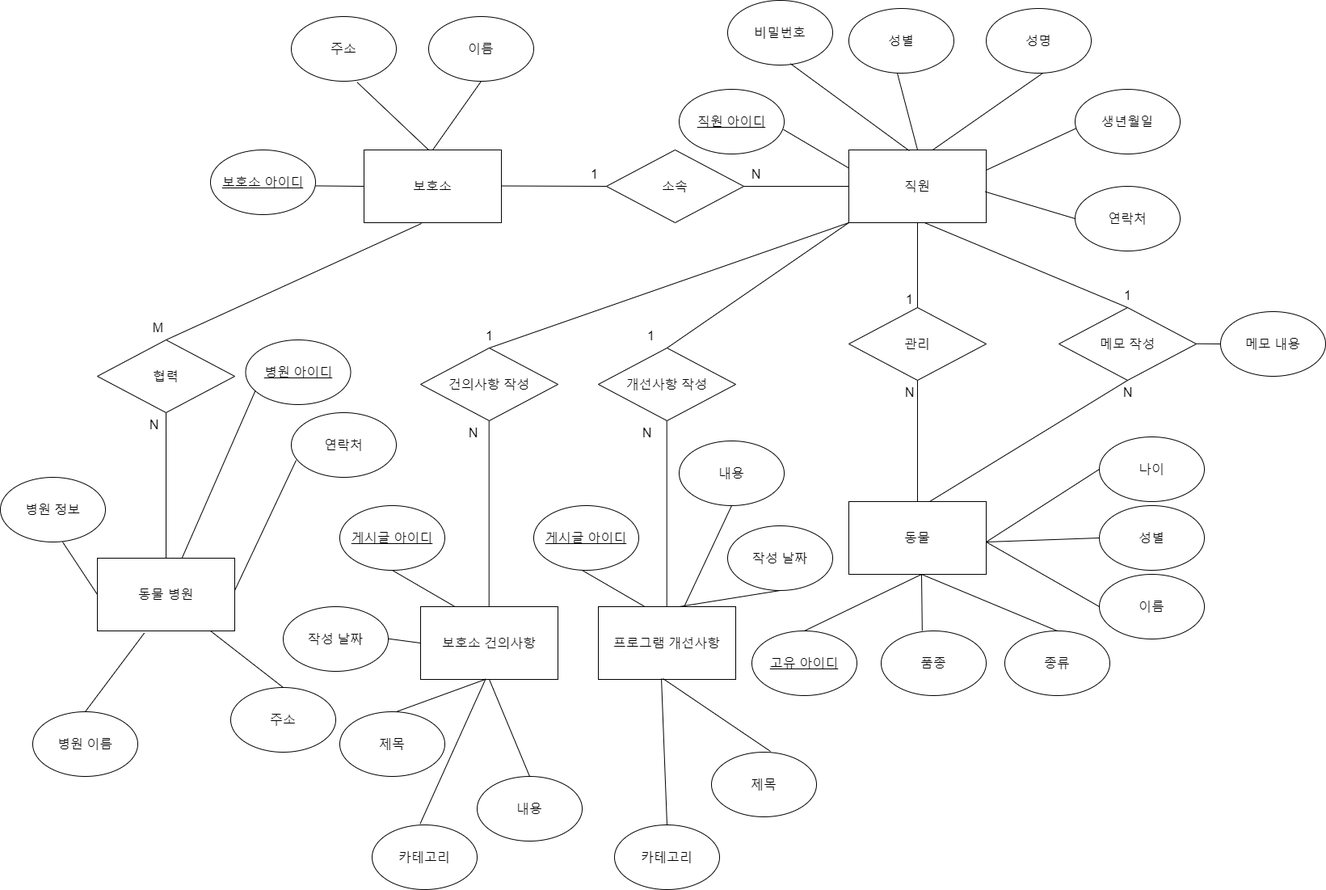
The draw.io diagram Document/ER Diagram/ER Diagram.png in rlarkdals1202/Database-Term-Project, before a commit. Source tidied: cells renumbered, new cells last; positions are measured from the earlier drawing's top-left corner, leaving out a move shared by most shapes.
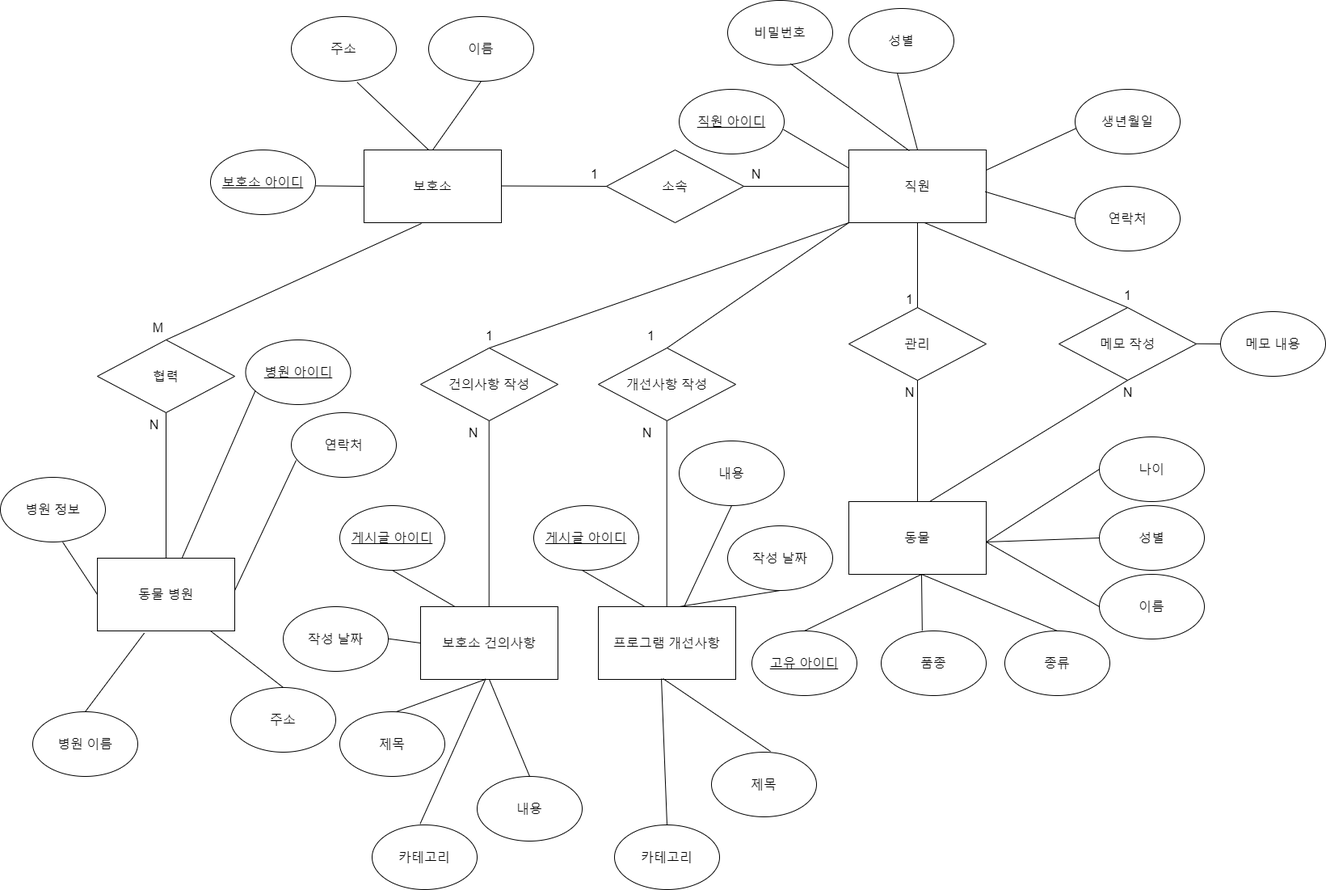
The same file after the commit.

The edit, as a diff of the source:
```diff
@@ -25,9 +25,6 @@
     <mxCell id="7" value="&lt;span style=&quot;font-size: 16px;&quot;&gt;생년월일&lt;/span&gt;" style="ellipse;whiteSpace=wrap;html=1;" parent="1" vertex="1">
       <mxGeometry x="1330" y="110" width="130" height="80" as="geometry" />
     </mxCell>
-    <mxCell id="8" value="&lt;font style=&quot;font-size: 16px;&quot;&gt;성명&lt;/font&gt;" style="ellipse;whiteSpace=wrap;html=1;" parent="1" vertex="1">
-      <mxGeometry x="1220" y="10" width="130" height="80" as="geometry" />
-    </mxCell>
     <mxCell id="9" value="&lt;font style=&quot;font-size: 16px;&quot;&gt;성별&lt;/font&gt;" style="ellipse;whiteSpace=wrap;html=1;" parent="1" vertex="1">
       <mxGeometry x="1050" y="10" width="130" height="80" as="geometry" />
     </mxCell>
@@ -79,11 +76,6 @@
         <mxPoint x="1110" y="90" as="sourcePoint" />
       </mxGeometry>
     </mxCell>
-    <mxCell id="24" style="endArrow=none;html=1;rounded=0;fontSize=16;exitX=0.609;exitY=0.002;exitDx=0;exitDy=0;exitPerimeter=0;" parent="1" edge="1" source="15">
-      <mxGeometry relative="1" as="geometry">
-        <mxPoint x="1290" y="90" as="targetPoint" />
-      </mxGeometry>
-    </mxCell>
     <mxCell id="25" style="endArrow=none;html=1;rounded=0;fontSize=16;entryX=0.009;entryY=0.604;entryDx=0;entryDy=0;entryPerimeter=0;" parent="1" edge="1" target="7">
       <mxGeometry relative="1" as="geometry">
         <mxPoint x="1220" y="210" as="sourcePoint" />
```
